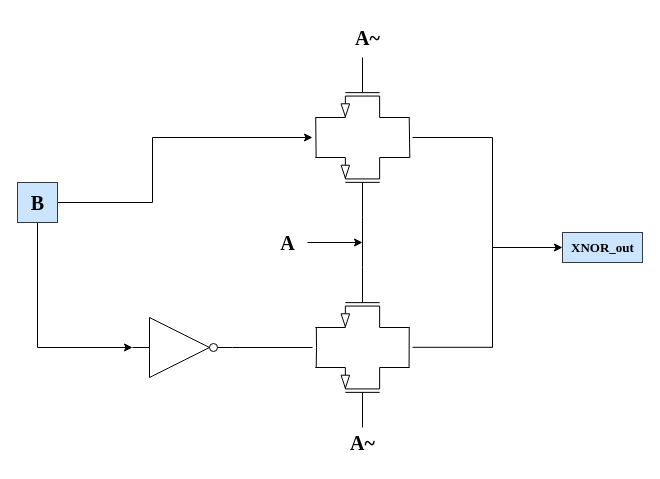
The draw.io diagram XOR.drawio in w1213ph/draw.io, before the edit. Source tidied: cells renumbered, new cells numbered last; positions are measured from the earlier drawing's top-left corner, leaving out a move shared by most shapes. Both pictures are drawn from the tidied source at 100%, with x=0, y=0 at pixel (17, 17).
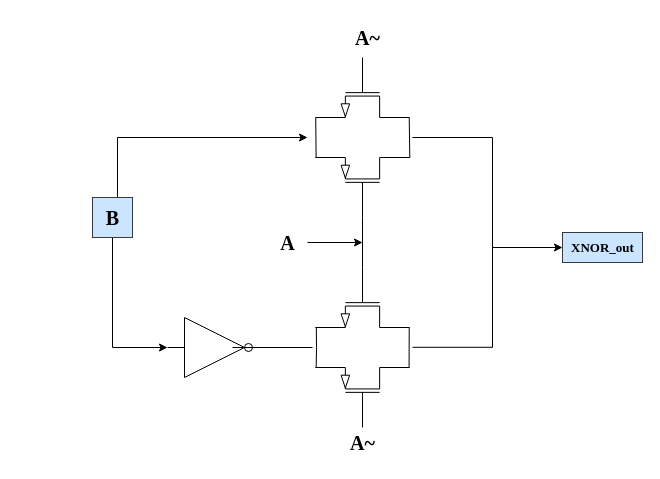
The same page after the edit.

Change to the diagram source:
```diff
@@
     <mxCell id="2" style="verticalLabelPosition=bottom;shadow=0;dashed=0;align=center;html=1;verticalAlign=top;shape=mxgraph.electrical.logic_gates.inverter_2;" parent="1" vertex="1">
-      <mxGeometry x="115" y="300" width="100" height="60" as="geometry" />
+      <mxGeometry x="150" y="300" width="100" height="60" as="geometry" />
     </mxCell>
-    <mxCell id="3" style="edgeStyle=orthogonalEdgeStyle;rounded=0;jettySize=auto;html=1;" parent="1" edge="1" source="5">
+    <mxCell id="3" style="edgeStyle=orthogonalEdgeStyle;rounded=0;orthogonalLoop=1;jettySize=auto;html=1;" parent="1" edge="1">
       <mxGeometry relative="1" as="geometry">
-        <mxPoint x="295" y="120" as="targetPoint" />
+        <mxPoint x="100" y="180" as="sourcePoint" />
+        <mxPoint x="290" y="120" as="targetPoint" />
         <Array as="points">
-          <mxPoint x="135" y="185" />
-          <mxPoint x="135" y="120" />
+          <mxPoint x="100" y="120" />
         </Array>
       </mxGeometry>
     </mxCell>
     <mxCell id="4" style="edgeStyle=orthogonalEdgeStyle;rounded=0;jettySize=auto;html=1;entryX=0;entryY=0.5;entryDx=0;entryDy=0;entryPerimeter=0;" parent="1" edge="1" source="5" target="2">
       <mxGeometry relative="1" as="geometry">
         <Array as="points">
-          <mxPoint x="20" y="330" />
+          <mxPoint x="95" y="330" />
         </Array>
       </mxGeometry>
     </mxCell>
     <mxCell id="5" value="B" style="text;html=1;align=center;verticalAlign=middle;points=[];fillColor=#cce5ff;strokeColor=#36393d;fillStyle=auto;gradientColor=none;fontFamily=Times New Roman;fontSize=20;fontStyle=1;" parent="1" vertex="1">
-      <mxGeometry y="165" width="40" height="40" as="geometry" />
+      <mxGeometry x="75" y="180" width="40" height="40" as="geometry" />
     </mxCell>
```
